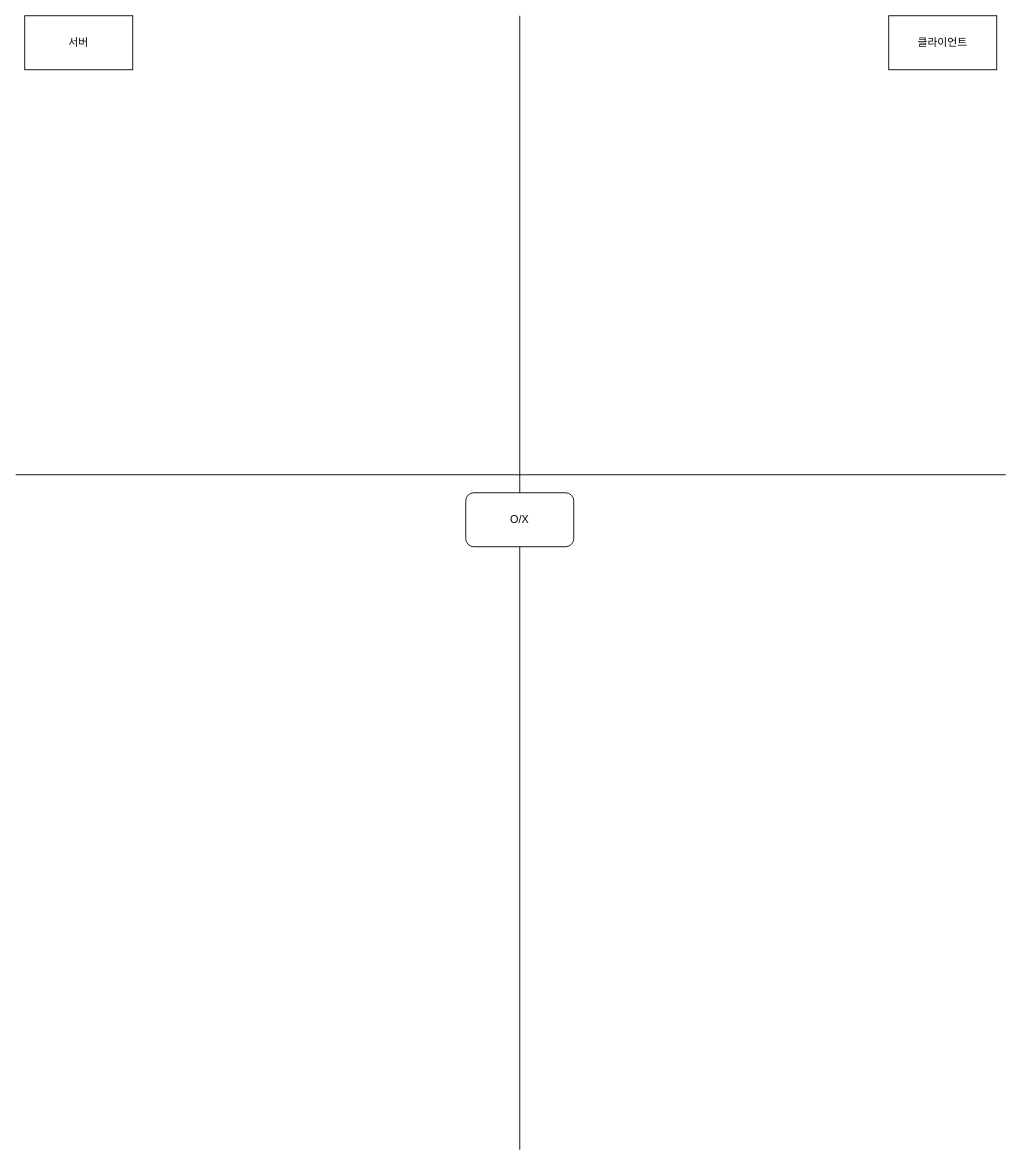
The draw.io diagram Untitled Diagram.drawio in riulwoo/WorkMate, before the edit. Source tidied: cells renumbered, new cells numbered last; positions are measured from the earlier drawing's top-left corner, leaving out a move shared by most shapes. Both pictures are drawn from the tidied source at 90%, with x=0, y=0 at pixel (15, 15).
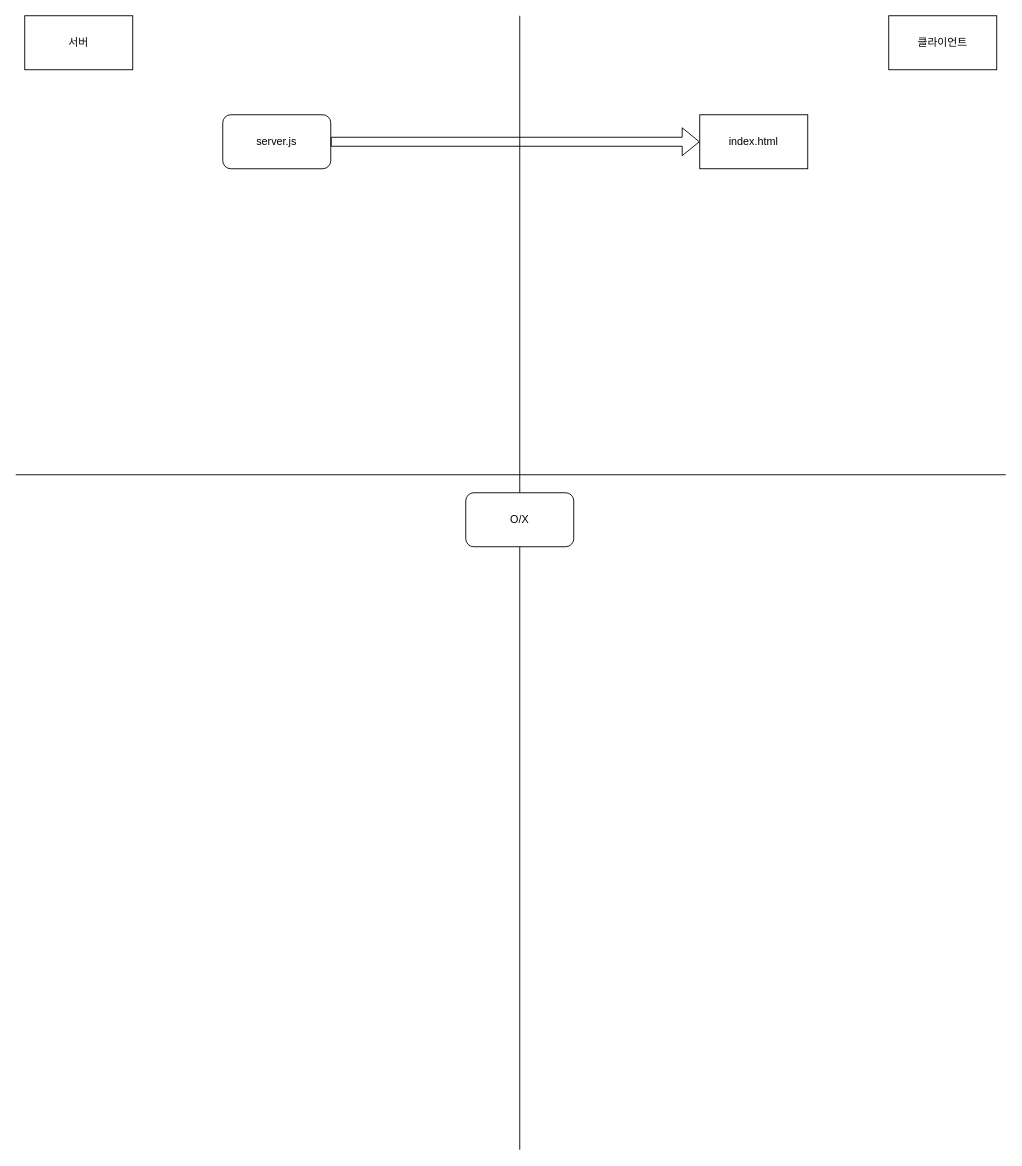
Above is the later version.

What changed in the source:
```diff
@@
 <mxGraphModel>
   <root>
     <mxCell id="0" />
     <mxCell id="1" parent="0" />
     <mxCell id="2" style="endArrow=none;html=1;rounded=0;" parent="1" edge="1">
       <mxGeometry relative="1" as="geometry">
         <mxPoint x="560" y="1260" as="sourcePoint" />
         <mxPoint x="560" as="targetPoint" />
       </mxGeometry>
     </mxCell>
     <mxCell id="3" value="서버" style="rounded=0;whiteSpace=wrap;html=1;" parent="1" vertex="1">
       <mxGeometry x="10" width="120" height="60" as="geometry" />
     </mxCell>
     <mxCell id="4" value="클라이언트" style="rounded=0;whiteSpace=wrap;html=1;" parent="1" vertex="1">
       <mxGeometry x="970" width="120" height="60" as="geometry" />
     </mxCell>
     <mxCell id="5" style="endArrow=none;html=1;rounded=0;" parent="1" edge="1">
       <mxGeometry relative="1" as="geometry">
         <mxPoint x="1100" y="510" as="sourcePoint" />
         <mxPoint y="510" as="targetPoint" />
       </mxGeometry>
     </mxCell>
     <mxCell id="6" value="O/X" style="rounded=1;whiteSpace=wrap;html=1;" parent="1" vertex="1">
       <mxGeometry x="500" y="530" width="120" height="60" as="geometry" />
     </mxCell>
+    <mxCell id="7" value="index.html" style="rounded=0;whiteSpace=wrap;html=1;" parent="1" vertex="1">
+      <mxGeometry x="760" y="110" width="120" height="60" as="geometry" />
+    </mxCell>
+    <mxCell id="8" value="server.js" style="rounded=1;whiteSpace=wrap;html=1;" parent="1" vertex="1">
+      <mxGeometry x="230" y="110" width="120" height="60" as="geometry" />
+    </mxCell>
+    <mxCell id="9" style="shape=flexArrow;endArrow=classic;html=1;rounded=0;exitX=1;exitY=0.5;exitDx=0;exitDy=0;" parent="1" edge="1" source="8" target="7">
+      <mxGeometry relative="1" as="geometry" />
+    </mxCell>
   </root>
 </mxGraphModel>
```
